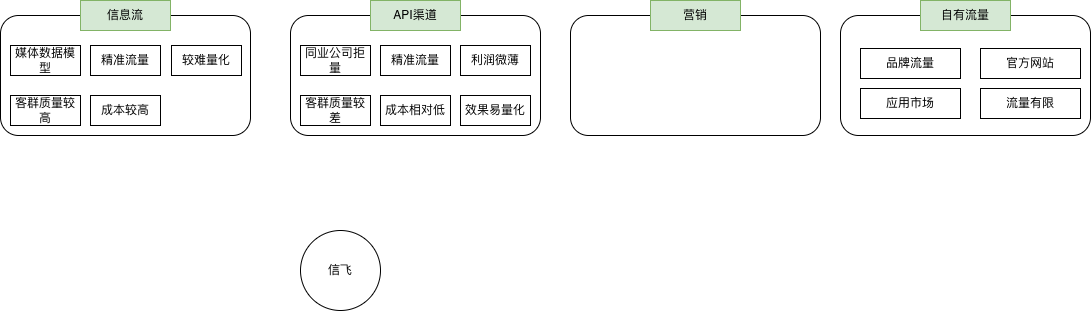
Earlier version of the draw.io export 流量来源.png (yuanlj-tea/picgo). Source tidied: cells renumbered, new cells last; positions are measured from the earlier drawing's top-left corner, leaving out a move shared by most shapes.
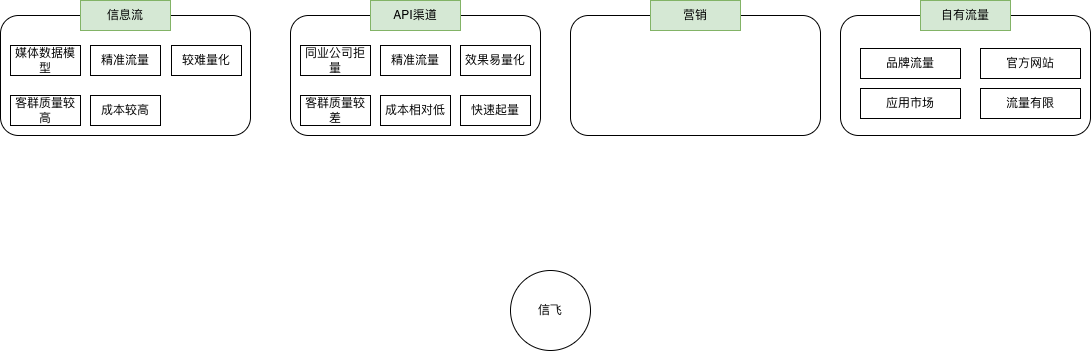
The same file after the commit.

Commit message:
更新流量来源.png

The edit, as a diff of the source:
```diff
@@ -3,7 +3,7 @@
     <mxCell id="0" />
     <mxCell id="1" parent="0" />
     <mxCell id="2" value="信飞" style="ellipse;whiteSpace=wrap;html=1;" parent="1" vertex="1">
-      <mxGeometry x="300" y="230" width="80" height="80" as="geometry" />
+      <mxGeometry x="510" y="270" width="80" height="80" as="geometry" />
     </mxCell>
     <mxCell id="3" style="rounded=1;whiteSpace=wrap;html=1;" parent="1" vertex="1">
       <mxGeometry y="15" width="250" height="120" as="geometry" />
@@ -68,11 +68,11 @@
     <mxCell id="23" value="成本相对低" style="rounded=0;whiteSpace=wrap;html=1;" parent="1" vertex="1">
       <mxGeometry x="380" y="95" width="70" height="30" as="geometry" />
     </mxCell>
-    <mxCell id="24" value="利润微薄" style="rounded=0;whiteSpace=wrap;html=1;" parent="1" vertex="1">
-      <mxGeometry x="460" y="45" width="70" height="30" as="geometry" />
-    </mxCell>
     <mxCell id="25" value="效果易量化" style="rounded=0;whiteSpace=wrap;html=1;" parent="1" vertex="1">
-      <mxGeometry x="460" y="95" width="70" height="30" as="geometry" />
+      <mxGeometry x="460" y="45" width="70" height="30" as="geometry" />
     </mxCell>
+    <mxCell id="26" value="快速起量" style="rounded=0;whiteSpace=wrap;html=1;" parent="1" vertex="1">
+      <mxGeometry x="460" y="95" width="70" height="30" as="geometry" />
+    </mxCell>
   </root>
 </mxGraphModel>
```
